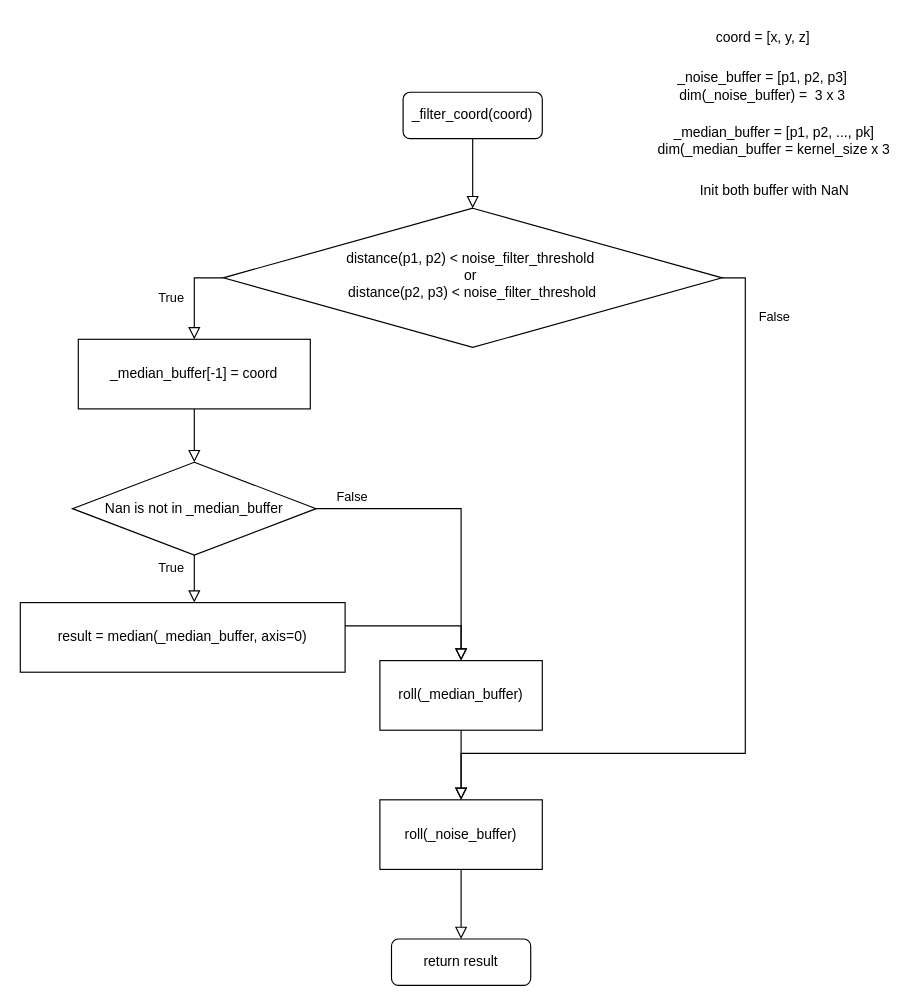
Earlier version of the draw.io diagram flow_charts/gt_command-filter.drawio (pascalreiss/draw_io_stuff). Source tidied: cells renumbered, new cells numbered last; positions are measured from the earlier drawing's top-left corner, leaving out a move shared by most shapes. Both pictures are drawn from the tidied source at 116%, with x=0, y=0 at pixel (20, 20).
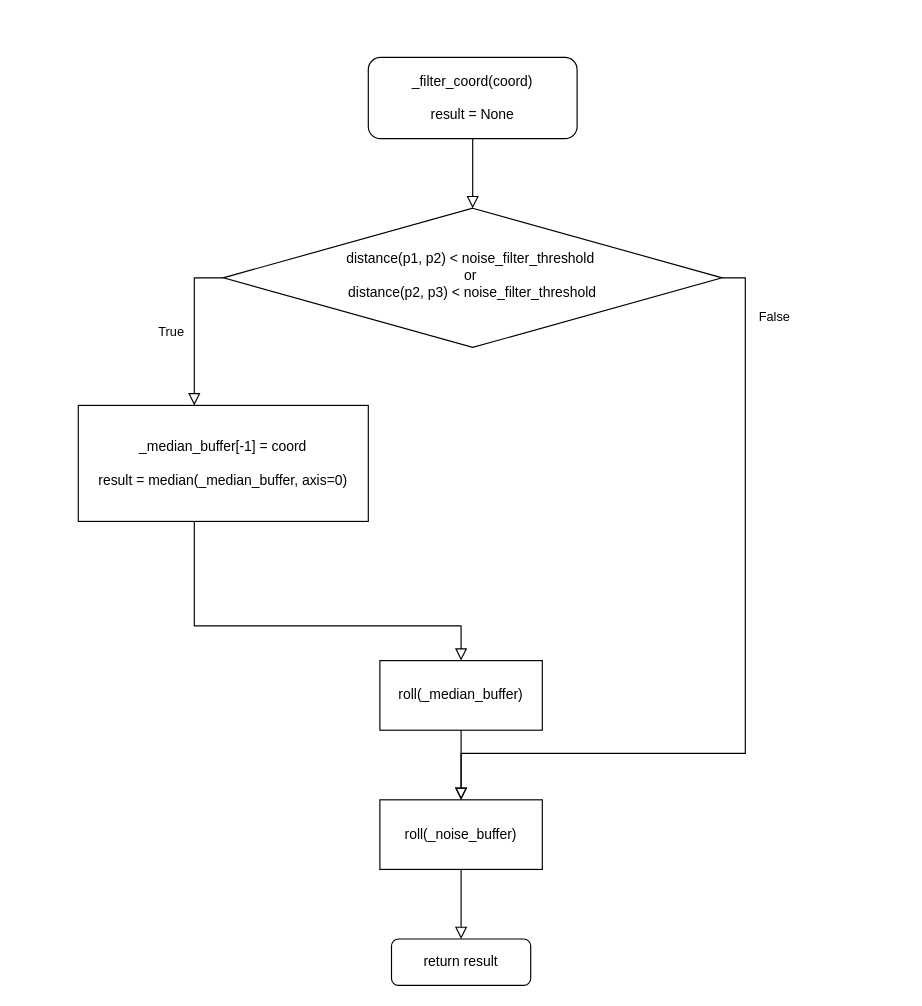
The same diagram, later.

The change refers to these unchanged cells:
```xml
<mxCell id="15" value="roll(_median_buffer)" style="rounded=0;whiteSpace=wrap;html=1;" parent="1" vertex="1">
  <mxGeometry x="310" y="552" width="140" height="60" as="geometry" />
</mxCell>
```

The edit, as a diff of the source:
```diff
@@
-    <mxCell id="3" value="&lt;div&gt;_filter_coord(coord)&lt;/div&gt;" style="rounded=1;whiteSpace=wrap;html=1;fontSize=12;glass=0;strokeWidth=1;shadow=0;" parent="1" vertex="1">
-      <mxGeometry x="330" y="62" width="120" height="40" as="geometry" />
+    <mxCell id="3" value="&lt;div&gt;_filter_coord(coord)&lt;/div&gt;&lt;div&gt;&lt;br&gt;&lt;/div&gt;&lt;div&gt;result = None&lt;br&gt;&lt;/div&gt;" style="rounded=1;whiteSpace=wrap;html=1;fontSize=12;glass=0;strokeWidth=1;shadow=0;" parent="1" vertex="1">
+      <mxGeometry x="300" y="32" width="180" height="70" as="geometry" />
     </mxCell>
@@
-    <mxCell id="7" value="&lt;div&gt;_noise_buffer = [p1, p2, p3]&lt;br&gt;&lt;/div&gt;&lt;div&gt;dim(_noise_buffer) =&amp;nbsp; 3 x 3&lt;/div&gt;" style="text;html=1;align=center;verticalAlign=middle;whiteSpace=wrap;rounded=0;" parent="1" vertex="1">
-      <mxGeometry x="565" y="42" width="150" height="30" as="geometry" />
-    </mxCell>
-    <mxCell id="8" value="&lt;br&gt;&lt;div&gt;_median_buffer = [p1, p2, ..., pk]&lt;br&gt;&lt;/div&gt;&lt;div&gt;dim(_median_buffer = kernel_size x 3&lt;/div&gt;" style="text;html=1;align=center;verticalAlign=middle;whiteSpace=wrap;rounded=0;" parent="1" vertex="1">
-      <mxGeometry x="540" y="82" width="220" height="30" as="geometry" />
-    </mxCell>
@@
-    <mxCell id="11" value="_median_buffer[-1] = coord" style="rounded=0;whiteSpace=wrap;html=1;" parent="1" vertex="1">
-      <mxGeometry x="50" y="275" width="200" height="60" as="geometry" />
+    <mxCell id="11" value="&lt;div&gt;_median_buffer[-1] = coord&lt;/div&gt;&lt;div&gt;&lt;br&gt;&lt;/div&gt;result = median(_median_buffer, axis=0)" style="rounded=0;whiteSpace=wrap;html=1;" parent="1" vertex="1">
+      <mxGeometry x="50" y="332" width="250" height="100" as="geometry" />
     </mxCell>
-    <mxCell id="12" value="Nan is not in _median_buffer" style="rhombus;whiteSpace=wrap;html=1;" parent="1" vertex="1">
-      <mxGeometry x="45" y="381" width="210" height="80" as="geometry" />
-    </mxCell>
-    <mxCell id="13" style="edgeStyle=orthogonalEdgeStyle;rounded=0;html=1;jettySize=auto;fontSize=11;endArrow=block;endFill=0;endSize=8;strokeWidth=1;shadow=0;labelBackgroundColor=none;" parent="1" edge="1" source="11" target="12">
-      <mxGeometry x="0.07" y="-20" relative="1" as="geometry">
-        <Array as="points">
-          <mxPoint x="150" y="412" />
-          <mxPoint x="150" y="412" />
-        </Array>
-      </mxGeometry>
-    </mxCell>
-    <mxCell id="14" value="False" style="edgeStyle=orthogonalEdgeStyle;rounded=0;html=1;jettySize=auto;fontSize=11;endArrow=block;endFill=0;endSize=8;strokeWidth=1;shadow=0;labelBackgroundColor=none;" parent="1" edge="1" source="12" target="15">
-      <mxGeometry x="-0.76" y="10" relative="1" as="geometry" />
-    </mxCell>
@@
-    <mxCell id="16" value="True" style="edgeStyle=orthogonalEdgeStyle;rounded=0;html=1;jettySize=auto;fontSize=11;endArrow=block;endFill=0;endSize=8;strokeWidth=1;shadow=0;labelBackgroundColor=none;" parent="1" edge="1" source="12" target="17">
-      <mxGeometry x="-0.46" y="-20" relative="1" as="geometry">
-        <Array as="points">
-          <mxPoint x="5" y="562" />
-          <mxPoint x="5" y="562" />
-        </Array>
-      </mxGeometry>
-    </mxCell>
-    <mxCell id="17" value="result = median(_median_buffer, axis=0)" style="rounded=0;whiteSpace=wrap;html=1;" parent="1" vertex="1">
-      <mxGeometry y="502" width="280" height="60" as="geometry" />
-    </mxCell>
-    <mxCell id="18" value="Init both buffer with NaN" style="text;html=1;align=center;verticalAlign=middle;whiteSpace=wrap;rounded=0;" parent="1" vertex="1">
-      <mxGeometry x="567.5" y="132" width="165" height="30" as="geometry" />
-    </mxCell>
-    <mxCell id="19" style="rounded=0;html=1;jettySize=auto;fontSize=11;endArrow=block;endFill=0;endSize=8;strokeWidth=1;shadow=0;labelBackgroundColor=none;edgeStyle=orthogonalEdgeStyle;entryX=0.5;entryY=0;entryDx=0;entryDy=0;" parent="1" edge="1" source="17" target="15">
+    <mxCell id="19" style="rounded=0;html=1;jettySize=auto;fontSize=11;endArrow=block;endFill=0;endSize=8;strokeWidth=1;shadow=0;labelBackgroundColor=none;edgeStyle=orthogonalEdgeStyle;entryX=0.5;entryY=0;entryDx=0;entryDy=0;" parent="1" edge="1" source="11" target="15">
       <mxGeometry relative="1" as="geometry">
         <Array as="points">
+          <mxPoint x="150" y="522" />
           <mxPoint x="380" y="522" />
         </Array>
       </mxGeometry>
     </mxCell>
@@
-    <mxCell id="22" value="coord = [x, y, z]" style="text;html=1;align=center;verticalAlign=middle;strokeColor=none;fillColor=none;" parent="1" vertex="1">
-      <mxGeometry x="590" width="100" height="30" as="geometry" />
-    </mxCell>
```
